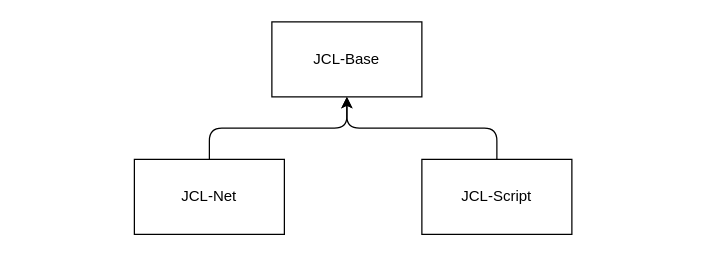
This is doc/jcl-highLevel.drawio from bitcoin-sv/bsv-components-library, a draw.io file, before an edit. Source tidied: cells renumbered, new cells numbered last; positions are measured from the earlier drawing's top-left corner, leaving out a move shared by most shapes. Both pictures are drawn from the tidied source at 125%, with x=0, y=0 at pixel (134, 21).
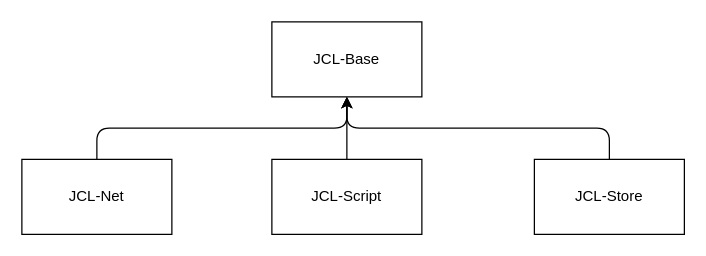
After the change.

Commit message (it also covers changes not shown here):
Merged FoundationDB-BlockStore into develop

The edit, as a diff of the source:
```diff
@@
 <mxGraphModel>
   <root>
     <mxCell id="0" />
     <mxCell id="1" parent="0" />
     <mxCell id="2" value="JCL-Net" style="rounded=0;whiteSpace=wrap;html=1;" parent="1" vertex="1">
-      <mxGeometry y="110" width="120" height="60" as="geometry" />
+      <mxGeometry x="-90" y="110" width="120" height="60" as="geometry" />
     </mxCell>
     <mxCell id="3" value="JCL-Base" style="rounded=0;whiteSpace=wrap;html=1;" parent="1" vertex="1">
       <mxGeometry x="110" width="120" height="60" as="geometry" />
     </mxCell>
     <mxCell id="4" style="edgeStyle=elbowEdgeStyle;elbow=vertical;endArrow=classic;html=1;entryX=0.5;entryY=1;entryDx=0;entryDy=0;exitX=0.5;exitY=0;exitDx=0;exitDy=0;" parent="1" edge="1" source="2" target="3">
       <mxGeometry relative="1" as="geometry" />
     </mxCell>
     <mxCell id="5" value="JCL-Script" style="rounded=0;whiteSpace=wrap;html=1;" parent="1" vertex="1">
-      <mxGeometry x="230" y="110" width="120" height="60" as="geometry" />
+      <mxGeometry x="110" y="110" width="120" height="60" as="geometry" />
     </mxCell>
     <mxCell id="6" style="edgeStyle=elbowEdgeStyle;elbow=vertical;endArrow=classic;html=1;entryX=0.5;entryY=1;entryDx=0;entryDy=0;exitX=0.5;exitY=0;exitDx=0;exitDy=0;" parent="1" edge="1" source="5" target="3">
       <mxGeometry relative="1" as="geometry" />
     </mxCell>
+    <mxCell id="7" value="JCL-Store" style="rounded=0;whiteSpace=wrap;html=1;" parent="1" vertex="1">
+      <mxGeometry x="320" y="110" width="120" height="60" as="geometry" />
+    </mxCell>
+    <mxCell id="8" style="edgeStyle=elbowEdgeStyle;elbow=vertical;endArrow=classic;html=1;entryX=0.5;entryY=1;entryDx=0;entryDy=0;exitX=0.5;exitY=0;exitDx=0;exitDy=0;" parent="1" edge="1" source="7" target="3">
+      <mxGeometry relative="1" as="geometry" />
+    </mxCell>
   </root>
 </mxGraphModel>
```
